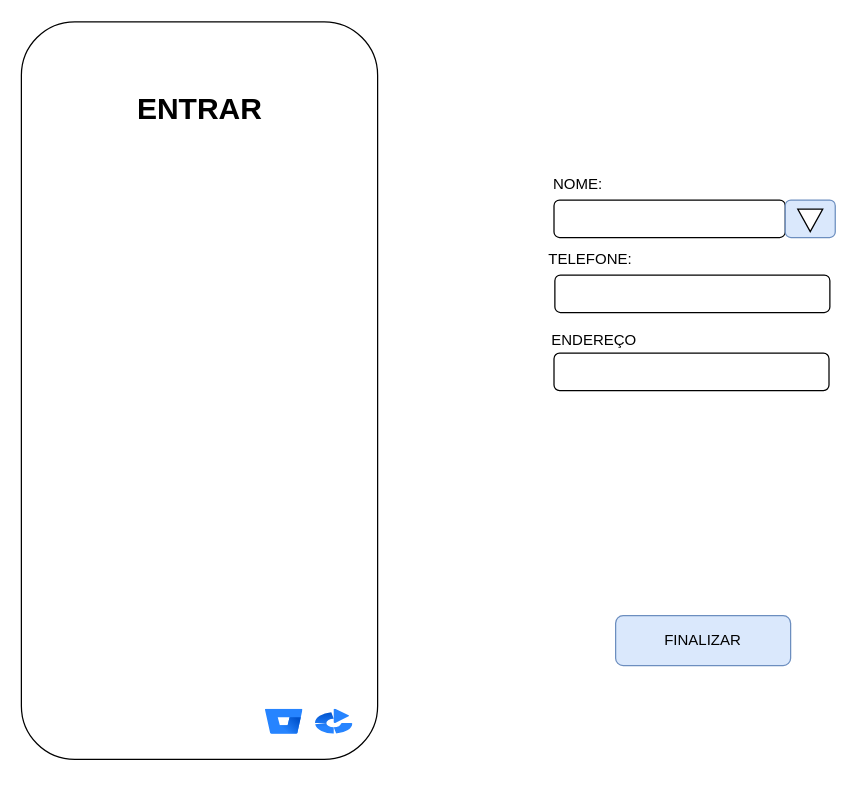
Earlier version of the draw.io diagram page "Página-14" (14 of 14) of DOC/tela.drawio (juliareis14/avatar.app). Source tidied: cells renumbered, new cells numbered last; positions are measured from the earlier drawing's top-left corner, leaving out a move shared by most shapes. Both pictures are drawn from the tidied source at 125%, with x=0, y=0 at pixel (21, 21).
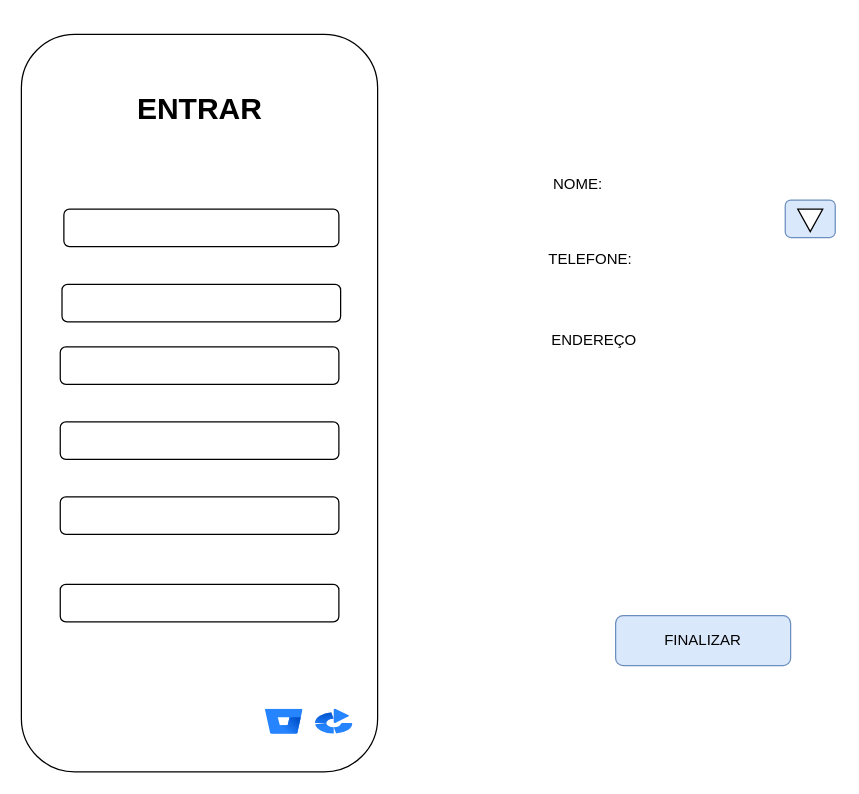
Above is the later version.

The edit, as a diff of the source:
```diff
@@
 <mxGraphModel>
   <root>
     <mxCell id="0" />
     <mxCell id="1" parent="0" />
     <mxCell id="2" style="rounded=1;whiteSpace=wrap;html=1;" parent="1" vertex="1">
-      <mxGeometry x="-0.4" width="285" height="590" as="geometry" />
+      <mxGeometry x="-0.4" y="10" width="285" height="590" as="geometry" />
     </mxCell>
     <mxCell id="3" value="ENTRAR" style="text;strokeColor=none;fillColor=none;html=1;fontSize=24;fontStyle=1;verticalAlign=middle;align=center;" parent="1" vertex="1">
       <mxGeometry x="92.1" y="50" width="100" height="40" as="geometry" />
     </mxCell>
     <mxCell id="4" style="rounded=1;whiteSpace=wrap;html=1;" parent="1" vertex="1">
-      <mxGeometry x="425.7" y="142.5" width="185" height="30" as="geometry" />
+      <mxGeometry x="32.1" y="210" width="222.9" height="30" as="geometry" />
     </mxCell>
     <mxCell id="5" value="NOME:" style="text;html=1;align=center;verticalAlign=middle;whiteSpace=wrap;rounded=0;" parent="1" vertex="1">
       <mxGeometry x="415" y="115" width="60" height="30" as="geometry" />
     </mxCell>
     <mxCell id="6" value="FINALIZAR" style="rounded=1;whiteSpace=wrap;html=1;fillColor=#dae8fc;strokeColor=#6c8ebf;" parent="1" vertex="1">
       <mxGeometry x="475" y="475" width="140" height="40" as="geometry" />
     </mxCell>
     <mxCell id="7" style="image;html=1;image=img/lib/atlassian/Bitbucket_Logo.svg;" parent="1" vertex="1">
       <mxGeometry x="195" y="550" width="30" height="20" as="geometry" />
     </mxCell>
     <mxCell id="8" style="image;html=1;image=img/lib/atlassian/Bamboo_Logo.svg;" parent="1" vertex="1">
       <mxGeometry x="235" y="550" width="30" height="20" as="geometry" />
     </mxCell>
     <mxCell id="9" style="rounded=1;whiteSpace=wrap;html=1;fillColor=#dae8fc;strokeColor=#6c8ebf;" parent="1" vertex="1">
       <mxGeometry x="610.7" y="142.5" width="40" height="30" as="geometry" />
     </mxCell>
     <mxCell id="10" style="html=1;shadow=0;dashed=0;align=center;verticalAlign=middle;shape=mxgraph.arrows2.arrow;dy=0.6;dx=40;direction=south;notch=0;" parent="1" vertex="1">
       <mxGeometry x="620.7" y="149.8" width="20" height="18" as="geometry" />
     </mxCell>
     <mxCell id="11" value="TELEFONE:" style="text;html=1;align=center;verticalAlign=middle;whiteSpace=wrap;rounded=0;" parent="1" vertex="1">
       <mxGeometry x="415.2" y="175" width="80" height="30" as="geometry" />
     </mxCell>
     <mxCell id="12" style="rounded=1;whiteSpace=wrap;html=1;" parent="1" vertex="1">
-      <mxGeometry x="426.4" y="202.5" width="220" height="30" as="geometry" />
+      <mxGeometry x="33.6" y="149.8" width="220" height="30" as="geometry" />
     </mxCell>
-    <mxCell id="13" style="rounded=1;whiteSpace=wrap;html=1;" parent="1" vertex="1">
-      <mxGeometry x="425.7" y="265" width="220" height="30" as="geometry" />
-    </mxCell>
     <mxCell id="14" value="ENDEREÇO" style="text;html=1;align=center;verticalAlign=middle;whiteSpace=wrap;rounded=0;" parent="1" vertex="1">
       <mxGeometry x="417.9" y="240" width="80" height="30" as="geometry" />
     </mxCell>
+    <mxCell id="15" style="rounded=1;whiteSpace=wrap;html=1;" parent="1" vertex="1">
+      <mxGeometry x="30.7" y="260" width="222.9" height="30" as="geometry" />
+    </mxCell>
+    <mxCell id="16" style="rounded=1;whiteSpace=wrap;html=1;" parent="1" vertex="1">
+      <mxGeometry x="30.7" y="320" width="222.9" height="30" as="geometry" />
+    </mxCell>
+    <mxCell id="17" style="rounded=1;whiteSpace=wrap;html=1;" parent="1" vertex="1">
+      <mxGeometry x="30.7" y="380" width="222.9" height="30" as="geometry" />
+    </mxCell>
+    <mxCell id="18" style="rounded=1;whiteSpace=wrap;html=1;" parent="1" vertex="1">
+      <mxGeometry x="30.7" y="450" width="222.9" height="30" as="geometry" />
+    </mxCell>
   </root>
 </mxGraphModel>
```
